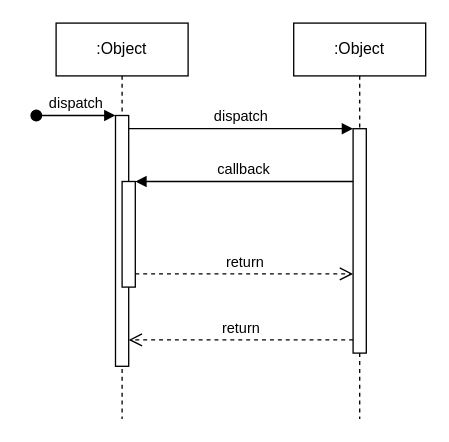
Above: 未命名绘图.drawio in smilefisher/images (draw.io), before the change. Source tidied: cells renumbered, new cells numbered last; positions are measured from the earlier drawing's top-left corner, leaving out a move shared by most shapes. Both pictures are drawn from the tidied source at 132%, with x=0, y=0 at pixel (36, 22).
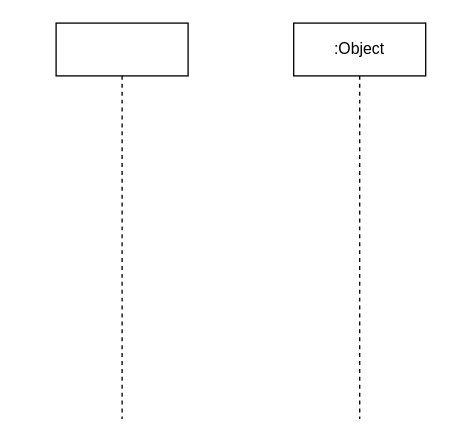
Above is the later version.

Commit message:
qzes查询边端数据流程.drawio

The edit, as a diff of the source:
```diff
@@
 <mxGraphModel>
   <root>
     <mxCell id="0" />
     <mxCell id="1" parent="0" />
-    <mxCell id="2" value=":Object" style="shape=umlLifeline;perimeter=lifelinePerimeter;whiteSpace=wrap;html=1;newEdgeStyle={&quot;edgeStyle&quot;:&quot;elbowEdgeStyle&quot;,&quot;elbow&quot;:&quot;vertical&quot;,&quot;curved&quot;:0,&quot;rounded&quot;:0};" parent="1" vertex="1">
+    <mxCell id="2" style="shape=umlLifeline;perimeter=lifelinePerimeter;whiteSpace=wrap;html=1;newEdgeStyle={&quot;edgeStyle&quot;:&quot;elbowEdgeStyle&quot;,&quot;elbow&quot;:&quot;vertical&quot;,&quot;curved&quot;:0,&quot;rounded&quot;:0};" parent="1" vertex="1">
       <mxGeometry x="15" width="100" height="300" as="geometry" />
     </mxCell>
-    <mxCell id="3" style="html=1;points=[];perimeter=orthogonalPerimeter;outlineConnect=0;targetShapes=umlLifeline;portConstraint=eastwest;newEdgeStyle={&quot;edgeStyle&quot;:&quot;elbowEdgeStyle&quot;,&quot;elbow&quot;:&quot;vertical&quot;,&quot;curved&quot;:0,&quot;rounded&quot;:0};" parent="2" vertex="1">
-      <mxGeometry x="45" y="70" width="10" height="190" as="geometry" />
-    </mxCell>
-    <mxCell id="4" value="dispatch" style="html=1;verticalAlign=bottom;startArrow=oval;endArrow=block;startSize=8;edgeStyle=elbowEdgeStyle;elbow=vertical;curved=0;rounded=0;" parent="2" edge="1" target="3">
-      <mxGeometry relative="1" as="geometry">
-        <mxPoint x="-15" y="70" as="sourcePoint" />
-      </mxGeometry>
-    </mxCell>
-    <mxCell id="5" style="html=1;points=[];perimeter=orthogonalPerimeter;outlineConnect=0;targetShapes=umlLifeline;portConstraint=eastwest;newEdgeStyle={&quot;edgeStyle&quot;:&quot;elbowEdgeStyle&quot;,&quot;elbow&quot;:&quot;vertical&quot;,&quot;curved&quot;:0,&quot;rounded&quot;:0};" parent="2" vertex="1">
-      <mxGeometry x="50" y="120" width="10" height="80" as="geometry" />
-    </mxCell>
     <mxCell id="6" value=":Object" style="shape=umlLifeline;perimeter=lifelinePerimeter;whiteSpace=wrap;html=1;newEdgeStyle={&quot;edgeStyle&quot;:&quot;elbowEdgeStyle&quot;,&quot;elbow&quot;:&quot;vertical&quot;,&quot;curved&quot;:0,&quot;rounded&quot;:0};" parent="1" vertex="1">
       <mxGeometry x="195" width="100" height="300" as="geometry" />
     </mxCell>
-    <mxCell id="7" style="html=1;points=[];perimeter=orthogonalPerimeter;outlineConnect=0;targetShapes=umlLifeline;portConstraint=eastwest;newEdgeStyle={&quot;edgeStyle&quot;:&quot;elbowEdgeStyle&quot;,&quot;elbow&quot;:&quot;vertical&quot;,&quot;curved&quot;:0,&quot;rounded&quot;:0};" parent="6" vertex="1">
-      <mxGeometry x="45" y="80" width="10" height="170" as="geometry" />
-    </mxCell>
-    <mxCell id="8" value="dispatch" style="html=1;verticalAlign=bottom;endArrow=block;edgeStyle=elbowEdgeStyle;elbow=vertical;curved=0;rounded=0;" parent="1" edge="1" source="3" target="7">
-      <mxGeometry relative="1" as="geometry">
-        <Array as="points">
-          <mxPoint x="155" y="80" />
-        </Array>
-      </mxGeometry>
-    </mxCell>
-    <mxCell id="9" value="return" style="html=1;verticalAlign=bottom;endArrow=open;dashed=1;endSize=8;edgeStyle=elbowEdgeStyle;elbow=vertical;curved=0;rounded=0;" parent="1" edge="1" source="7" target="3">
-      <mxGeometry relative="1" as="geometry">
-        <Array as="points">
-          <mxPoint x="165" y="240" />
-        </Array>
-      </mxGeometry>
-    </mxCell>
-    <mxCell id="10" value="callback" style="html=1;verticalAlign=bottom;endArrow=block;edgeStyle=elbowEdgeStyle;elbow=vertical;curved=0;rounded=0;" parent="1" edge="1" source="7" target="5">
-      <mxGeometry relative="1" as="geometry">
-        <Array as="points">
-          <mxPoint x="165" y="120" />
-        </Array>
-      </mxGeometry>
-    </mxCell>
-    <mxCell id="11" value="return" style="html=1;verticalAlign=bottom;endArrow=open;dashed=1;endSize=8;edgeStyle=elbowEdgeStyle;elbow=vertical;curved=0;rounded=0;" parent="1" edge="1" source="5" target="7">
-      <mxGeometry relative="1" as="geometry">
-        <Array as="points">
-          <mxPoint x="155" y="190" />
-        </Array>
-      </mxGeometry>
-    </mxCell>
   </root>
 </mxGraphModel>
```
